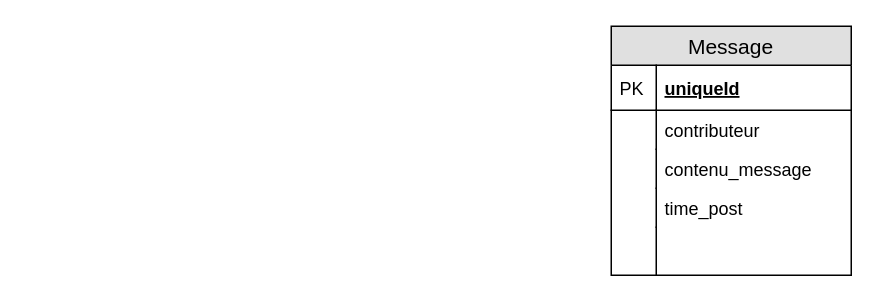
Earlier version of the draw.io diagram mcd_chat.drawio (jeremyannereau/ECF). Source tidied: cells renumbered, new cells numbered last; positions are measured from the earlier drawing's top-left corner, leaving out a move shared by most shapes. Both pictures are drawn from the tidied source at 150%, with x=0, y=0 at pixel (610, 26).
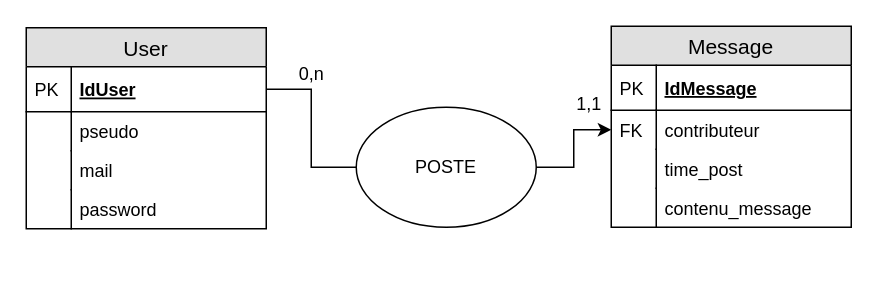
The same diagram, later.

Unchanged cells that the change refers to:
```xml
<mxCell id="5" value="contributeur" style="shape=partialRectangle;top=0;left=0;right=0;bottom=0;align=left;verticalAlign=top;fillColor=none;spacingLeft=34;spacingRight=4;overflow=hidden;points=[[0,0.5],[1,0.5]];portConstraint=eastwest;fontSize=12;" parent="2" vertex="1">
  <mxGeometry y="56" width="160" height="26" as="geometry" />
</mxCell>
```

What changed in the source:
```diff
@@
     <mxCell id="2" value="Message" style="swimlane;fontStyle=0;horizontal=1;startSize=26;fillColor=#e0e0e0;swimlaneFillColor=#ffffff;align=center;fontSize=14;" parent="1" vertex="1">
-      <mxGeometry width="160" height="166" as="geometry" />
+      <mxGeometry width="160" height="134" as="geometry" />
     </mxCell>
-    <mxCell id="3" value="uniqueId" style="shape=partialRectangle;top=0;left=0;right=0;bottom=1;align=left;verticalAlign=middle;fillColor=none;spacingLeft=34;spacingRight=4;overflow=hidden;fontStyle=5;fontSize=12;" parent="2" vertex="1">
+    <mxCell id="3" value="IdMessage" style="shape=partialRectangle;top=0;left=0;right=0;bottom=1;align=left;verticalAlign=middle;fillColor=none;spacingLeft=34;spacingRight=4;overflow=hidden;fontStyle=5;fontSize=12;" parent="2" vertex="1">
       <mxGeometry y="26" width="160" height="30" as="geometry" />
     </mxCell>
@@
-    <mxCell id="6" style="shape=partialRectangle;top=0;left=0;bottom=0;fillColor=none;align=left;verticalAlign=top;spacingLeft=4;spacingRight=4;overflow=hidden;fontSize=12;" parent="5" vertex="1">
+    <mxCell id="6" value="FK" style="shape=partialRectangle;top=0;left=0;bottom=0;fillColor=none;align=left;verticalAlign=top;spacingLeft=4;spacingRight=4;overflow=hidden;fontSize=12;" parent="5" vertex="1">
       <mxGeometry width="30" height="26" as="geometry" />
     </mxCell>
+    <mxCell id="9" value="time_post" style="shape=partialRectangle;top=0;left=0;right=0;bottom=0;align=left;verticalAlign=top;fillColor=none;spacingLeft=34;spacingRight=4;overflow=hidden;fontSize=12;" parent="2" vertex="1">
+      <mxGeometry y="82" width="160" height="26" as="geometry" />
+    </mxCell>
+    <mxCell id="10" style="shape=partialRectangle;top=0;left=0;bottom=0;fillColor=none;align=left;verticalAlign=top;spacingLeft=4;spacingRight=4;overflow=hidden;fontSize=12;" parent="9" vertex="1">
+      <mxGeometry width="30" height="26" as="geometry" />
+    </mxCell>
     <mxCell id="7" value="contenu_message" style="shape=partialRectangle;top=0;left=0;right=0;bottom=0;align=left;verticalAlign=top;fillColor=none;spacingLeft=34;spacingRight=4;overflow=hidden;fontSize=12;" parent="2" vertex="1">
-      <mxGeometry y="82" width="160" height="26" as="geometry" />
+      <mxGeometry y="108" width="160" height="26" as="geometry" />
     </mxCell>
@@
-    <mxCell id="9" value="time_post" style="shape=partialRectangle;top=0;left=0;right=0;bottom=0;align=left;verticalAlign=top;fillColor=none;spacingLeft=34;spacingRight=4;overflow=hidden;fontSize=12;" parent="2" vertex="1">
-      <mxGeometry y="108" width="160" height="26" as="geometry" />
-    </mxCell>
-    <mxCell id="10" style="shape=partialRectangle;top=0;left=0;bottom=0;fillColor=none;align=left;verticalAlign=top;spacingLeft=4;spacingRight=4;overflow=hidden;fontSize=12;" parent="9" vertex="1">
-      <mxGeometry width="30" height="26" as="geometry" />
-    </mxCell>
-    <mxCell id="11" style="shape=partialRectangle;top=0;left=0;right=0;bottom=0;align=left;verticalAlign=top;fillColor=none;spacingLeft=34;spacingRight=4;overflow=hidden;fontSize=12;" parent="2" vertex="1">
-      <mxGeometry y="134" width="160" height="32" as="geometry" />
-    </mxCell>
-    <mxCell id="12" style="shape=partialRectangle;top=0;left=0;bottom=0;fillColor=none;align=left;verticalAlign=top;spacingLeft=4;spacingRight=4;overflow=hidden;fontSize=12;" parent="11" vertex="1">
-      <mxGeometry width="30" height="32" as="geometry" />
-    </mxCell>
+    <mxCell id="13" value="User" style="swimlane;fontStyle=0;horizontal=1;startSize=26;fillColor=#e0e0e0;swimlaneFillColor=#ffffff;align=center;fontSize=14;" parent="1" vertex="1">
+      <mxGeometry x="-390" y="1" width="160" height="134" as="geometry" />
+    </mxCell>
+    <mxCell id="14" value="IdUser" style="shape=partialRectangle;top=0;left=0;right=0;bottom=1;align=left;verticalAlign=middle;fillColor=none;spacingLeft=34;spacingRight=4;overflow=hidden;points=[[0,0.5],[1,0.5]];portConstraint=eastwest;fontStyle=5;fontSize=12;" parent="13" vertex="1">
+      <mxGeometry y="26" width="160" height="30" as="geometry" />
+    </mxCell>
+    <mxCell id="15" value="PK" style="shape=partialRectangle;top=0;left=0;bottom=0;fillColor=none;align=left;verticalAlign=middle;spacingLeft=4;spacingRight=4;overflow=hidden;fontSize=12;" parent="14" vertex="1">
+      <mxGeometry width="30" height="30" as="geometry" />
+    </mxCell>
+    <mxCell id="16" value="pseudo" style="shape=partialRectangle;top=0;left=0;right=0;bottom=0;align=left;verticalAlign=top;fillColor=none;spacingLeft=34;spacingRight=4;overflow=hidden;fontSize=12;" parent="13" vertex="1">
+      <mxGeometry y="56" width="160" height="26" as="geometry" />
+    </mxCell>
+    <mxCell id="17" style="shape=partialRectangle;top=0;left=0;bottom=0;fillColor=none;align=left;verticalAlign=top;spacingLeft=4;spacingRight=4;overflow=hidden;fontSize=12;" parent="16" vertex="1">
+      <mxGeometry width="30" height="26" as="geometry" />
+    </mxCell>
+    <mxCell id="18" value="mail" style="shape=partialRectangle;top=0;left=0;right=0;bottom=0;align=left;verticalAlign=top;fillColor=none;spacingLeft=34;spacingRight=4;overflow=hidden;fontSize=12;" parent="13" vertex="1">
+      <mxGeometry y="82" width="160" height="26" as="geometry" />
+    </mxCell>
+    <mxCell id="19" style="shape=partialRectangle;top=0;left=0;bottom=0;fillColor=none;align=left;verticalAlign=top;spacingLeft=4;spacingRight=4;overflow=hidden;fontSize=12;" parent="18" vertex="1">
+      <mxGeometry width="30" height="26" as="geometry" />
+    </mxCell>
+    <mxCell id="20" value="password" style="shape=partialRectangle;top=0;left=0;right=0;bottom=0;align=left;verticalAlign=top;fillColor=none;spacingLeft=34;spacingRight=4;overflow=hidden;fontSize=12;" parent="13" vertex="1">
+      <mxGeometry y="108" width="160" height="26" as="geometry" />
+    </mxCell>
+    <mxCell id="21" style="shape=partialRectangle;top=0;left=0;bottom=0;fillColor=none;align=left;verticalAlign=top;spacingLeft=4;spacingRight=4;overflow=hidden;fontSize=12;" parent="20" vertex="1">
+      <mxGeometry width="30" height="26" as="geometry" />
+    </mxCell>
+    <mxCell id="22" style="edgeStyle=orthogonalEdgeStyle;rounded=0;jettySize=auto;html=1;exitX=1;exitY=0.5;exitDx=0;exitDy=0;entryX=0;entryY=0.5;entryDx=0;entryDy=0;" parent="1" edge="1" source="23" target="5">
+      <mxGeometry relative="1" as="geometry" />
+    </mxCell>
+    <mxCell id="23" value="POSTE" style="ellipse;whiteSpace=wrap;html=1;" parent="1" vertex="1">
+      <mxGeometry x="-170" y="54" width="120" height="80" as="geometry" />
+    </mxCell>
+    <mxCell id="24" style="edgeStyle=orthogonalEdgeStyle;rounded=0;jettySize=auto;html=1;exitX=1;exitY=0.5;exitDx=0;exitDy=0;entryX=0;entryY=0.5;entryDx=0;entryDy=0;endArrow=none;endFill=0;" parent="1" edge="1" source="14" target="23">
+      <mxGeometry relative="1" as="geometry" />
+    </mxCell>
+    <mxCell id="25" value="0,n" style="text;html=1;align=center;verticalAlign=middle;" parent="1" vertex="1">
+      <mxGeometry x="-215" y="22" width="30" height="20" as="geometry" />
+    </mxCell>
+    <mxCell id="26" value="1,1" style="text;html=1;align=center;verticalAlign=middle;" parent="1" vertex="1">
+      <mxGeometry x="-30" y="42" width="30" height="20" as="geometry" />
+    </mxCell>
```
